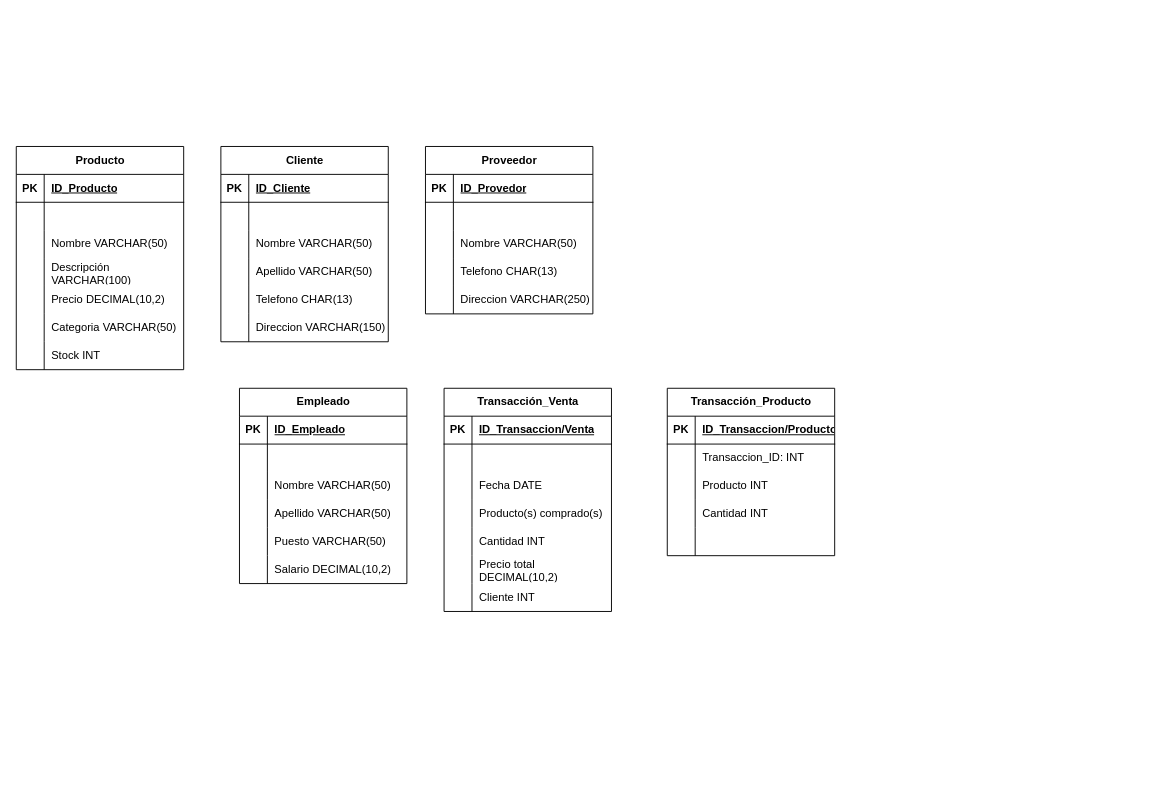
Above: page "Modelo Relacional" (2 of 2) of diagramas/TIENDA DE ABARROTES.drawio in ArcangelGC/ibd-arcangel-gonzalez (draw.io), before the change. Source tidied: cells renumbered, new cells numbered last; positions are measured from the earlier drawing's top-left corner, leaving out a move shared by most shapes. Both pictures are drawn from the tidied source at 93%, with x=0, y=0 at pixel (16, 146).
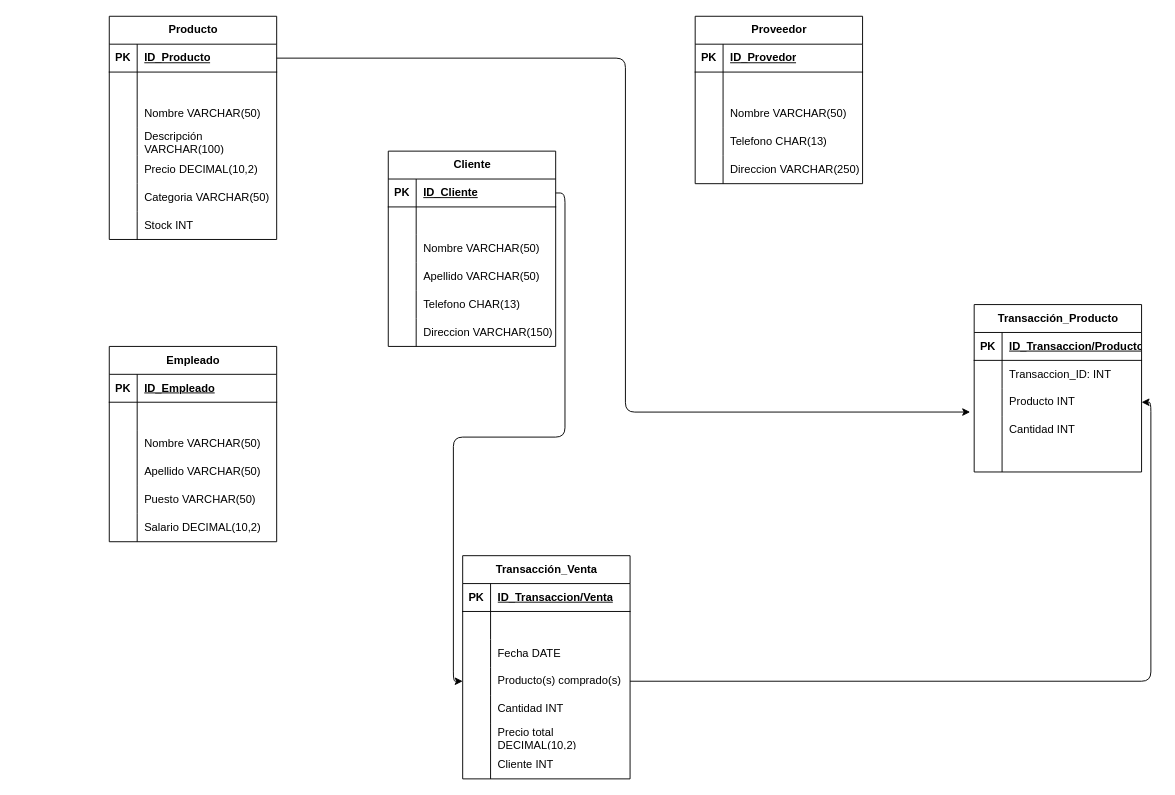
Above is the later version.

Unchanged cells that the change refers to:
```xml
<mxCell id="5" style="shape=tableRow;horizontal=0;startSize=0;swimlaneHead=0;swimlaneBody=0;fillColor=none;points=[[0,0.5],[1,0.5]];portConstraint=eastwest;top=0;left=0;right=0;bottom=1;" parent="4" vertex="1">
  <mxGeometry y="30" width="180" height="30" as="geometry" />
</mxCell>
<mxCell id="27" style="shape=tableRow;horizontal=0;startSize=0;swimlaneHead=0;swimlaneBody=0;fillColor=none;points=[[0,0.5],[1,0.5]];portConstraint=eastwest;top=0;left=0;right=0;bottom=1;" parent="26" vertex="1">
  <mxGeometry y="30" width="180" height="30" as="geometry" />
</mxCell>
<mxCell id="90" style="shape=tableRow;horizontal=0;startSize=0;swimlaneHead=0;swimlaneBody=0;fillColor=none;points=[[0,0.5],[1,0.5]];portConstraint=eastwest;top=0;left=0;right=0;bottom=0;" parent="80" vertex="1">
  <mxGeometry y="120" width="180" height="30" as="geometry" />
</mxCell>
<mxCell id="109" style="shape=tableRow;horizontal=0;startSize=0;swimlaneHead=0;swimlaneBody=0;fillColor=none;points=[[0,0.5],[1,0.5]];portConstraint=eastwest;top=0;left=0;right=0;bottom=0;" parent="102" vertex="1">
  <mxGeometry y="90" width="180" height="30" as="geometry" />
</mxCell>
<mxCell id="112" style="shape=tableRow;horizontal=0;startSize=0;swimlaneHead=0;swimlaneBody=0;fillColor=none;points=[[0,0.5],[1,0.5]];portConstraint=eastwest;top=0;left=0;right=0;bottom=0;" parent="102" vertex="1">
  <mxGeometry y="120" width="180" height="30" as="geometry" />
</mxCell>
```

Diff of the diagram source:
```diff
@@
     <mxCell id="4" value="Producto" style="shape=table;startSize=30;childLayout=tableLayout;rowLines=0;fontStyle=1;align=center;html=1;" parent="1" vertex="1">
-      <mxGeometry width="180" height="240" as="geometry" />
+      <mxGeometry x="100" y="-140" width="180" height="240" as="geometry" />
     </mxCell>
@@
     <mxCell id="26" value="Cliente" style="shape=table;startSize=30;childLayout=tableLayout;rowLines=0;fontStyle=1;align=center;html=1;" parent="1" vertex="1">
-      <mxGeometry x="220" width="180" height="210" as="geometry" />
+      <mxGeometry x="400" y="5" width="180" height="210" as="geometry" />
     </mxCell>
@@
     <mxCell id="45" value="Proveedor" style="shape=table;startSize=30;childLayout=tableLayout;rowLines=0;fontStyle=1;align=center;html=1;" parent="1" vertex="1">
-      <mxGeometry x="440" width="180" height="180" as="geometry" />
+      <mxGeometry x="730" y="-140" width="180" height="180" as="geometry" />
     </mxCell>
@@
     <mxCell id="61" value="Empleado" style="shape=table;startSize=30;childLayout=tableLayout;rowLines=0;fontStyle=1;align=center;html=1;" parent="1" vertex="1">
-      <mxGeometry x="240" y="260" width="180" height="210" as="geometry" />
+      <mxGeometry x="100" y="215" width="180" height="210" as="geometry" />
     </mxCell>
@@
     <mxCell id="80" value="Transacción_Venta" style="shape=table;startSize=30;childLayout=tableLayout;rowLines=0;fontStyle=1;align=center;html=1;" parent="1" vertex="1">
-      <mxGeometry x="460" y="260" width="180" height="240" as="geometry" />
+      <mxGeometry x="480" y="440" width="180" height="240" as="geometry" />
     </mxCell>
@@
     <mxCell id="102" value="Transacción_Producto" style="shape=table;startSize=30;childLayout=tableLayout;rowLines=0;fontStyle=1;align=center;html=1;" parent="1" vertex="1">
-      <mxGeometry x="700" y="260" width="180" height="180" as="geometry" />
+      <mxGeometry x="1030" y="170" width="180" height="180" as="geometry" />
     </mxCell>
@@
+    <mxCell id="118" style="edgeStyle=orthogonalEdgeStyle;html=1;exitX=1;exitY=0.5;exitDx=0;exitDy=0;entryX=-0.024;entryY=-0.148;entryDx=0;entryDy=0;entryPerimeter=0;" parent="1" edge="1" source="5" target="112">
+      <mxGeometry relative="1" as="geometry" />
+    </mxCell>
+    <mxCell id="119" style="edgeStyle=orthogonalEdgeStyle;html=1;exitX=1;exitY=0.5;exitDx=0;exitDy=0;entryX=0;entryY=0.5;entryDx=0;entryDy=0;" parent="1" edge="1" source="27" target="90">
+      <mxGeometry relative="1" as="geometry" />
+    </mxCell>
+    <mxCell id="120" style="edgeStyle=orthogonalEdgeStyle;html=1;exitX=1;exitY=0.5;exitDx=0;exitDy=0;entryX=1;entryY=0.5;entryDx=0;entryDy=0;" parent="1" edge="1" source="90" target="109">
+      <mxGeometry relative="1" as="geometry" />
+    </mxCell>
```
